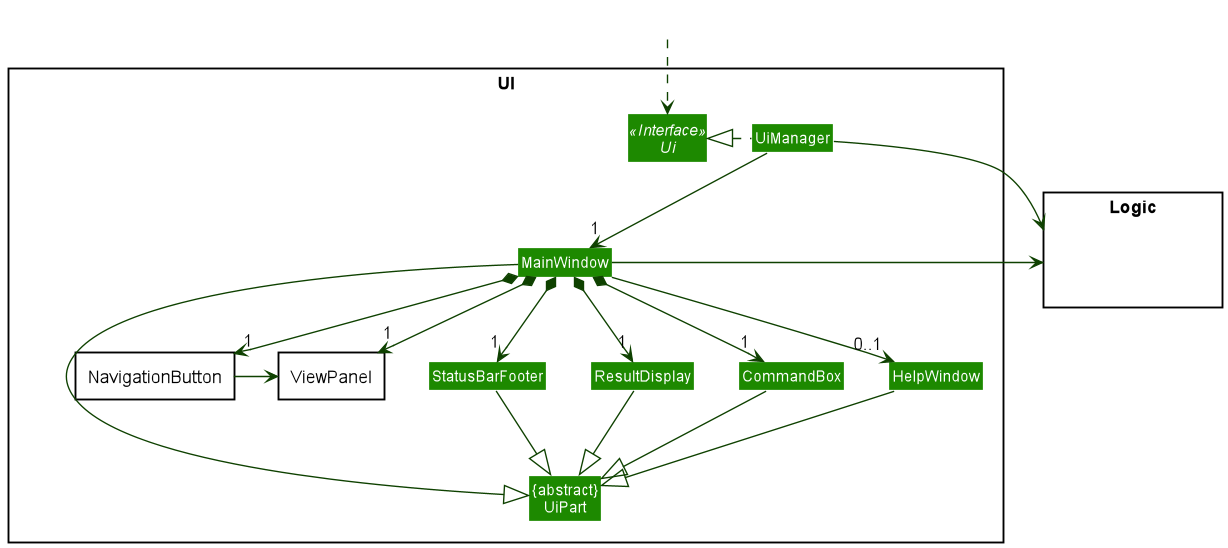
The PlantUML diagram docs/images/UiClassDiagram.png in ramapriyan912001/tp, before a commit. Source of this version:
```plantuml
@startuml
!include style.puml
skinparam arrowThickness 1.1
skinparam arrowColor UI_COLOR_T4
skinparam classBackgroundColor UI_COLOR

package UI <<Rectangle>>{
Interface Ui <<Interface>>
Class "{abstract}\nUiPart" as UiPart
Class UiManager
Class MainWindow
Class HelpWindow
Class ResultDisplay
Class StatusBarFooter
Class CommandBox
package NavigationButton <<Rectangle>> {
}
package ViewPanel <<Rectangle>> {
}
}

package Logic <<Rectangle>> {
Class HiddenLogic #FFFFFF
}

Class HiddenOutside #FFFFFF
HiddenOutside ..> Ui

UiManager .left.|> Ui
UiManager -down-> "1" MainWindow
MainWindow *-down->  "1" CommandBox
MainWindow *-down-> "1" ResultDisplay
MainWindow *-down-> "1" StatusBarFooter
MainWindow *-down-> "1" NavigationButton
MainWindow *-down-> "1" ViewPanel
MainWindow --> "0..1" HelpWindow

MainWindow -left-|> UiPart

NavigationButton -left-> ViewPanel

ResultDisplay --|> UiPart
CommandBox --|> UiPart
StatusBarFooter --|> UiPart
HelpWindow --|> UiPart

UiManager -right-> Logic
MainWindow -left-> Logic


HelpWindow -[hidden]left- CommandBox
CommandBox -[hidden]left- ResultDisplay
ResultDisplay -[hidden]left- StatusBarFooter

MainWindow -[hidden]-|> UiPart
@enduml
```
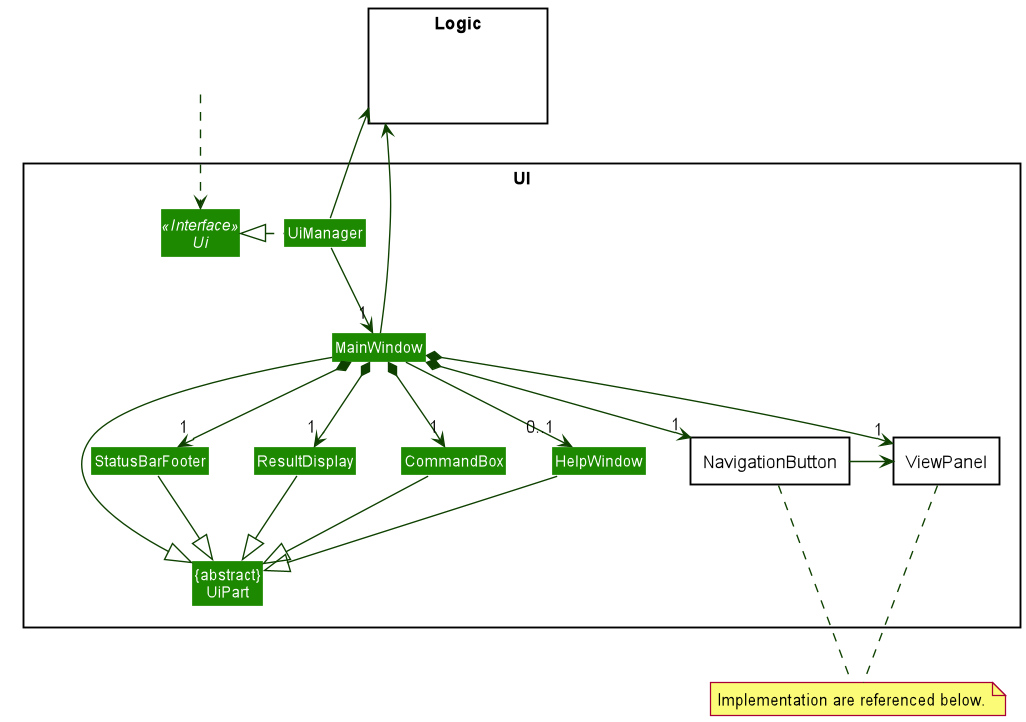
Later version of the same file.

Change to the diagram source:
```diff
@@ -44,8 +44,13 @@
 StatusBarFooter --|> UiPart
 HelpWindow --|> UiPart
 
-UiManager -right-> Logic
+UiManager -up-> Logic
 MainWindow -left-> Logic
+
+
+note "Implementation are referenced below." as N1
+NavigationButton ... N1
+ViewPanel ... N1
 
 
 HelpWindow -[hidden]left- CommandBox
```
